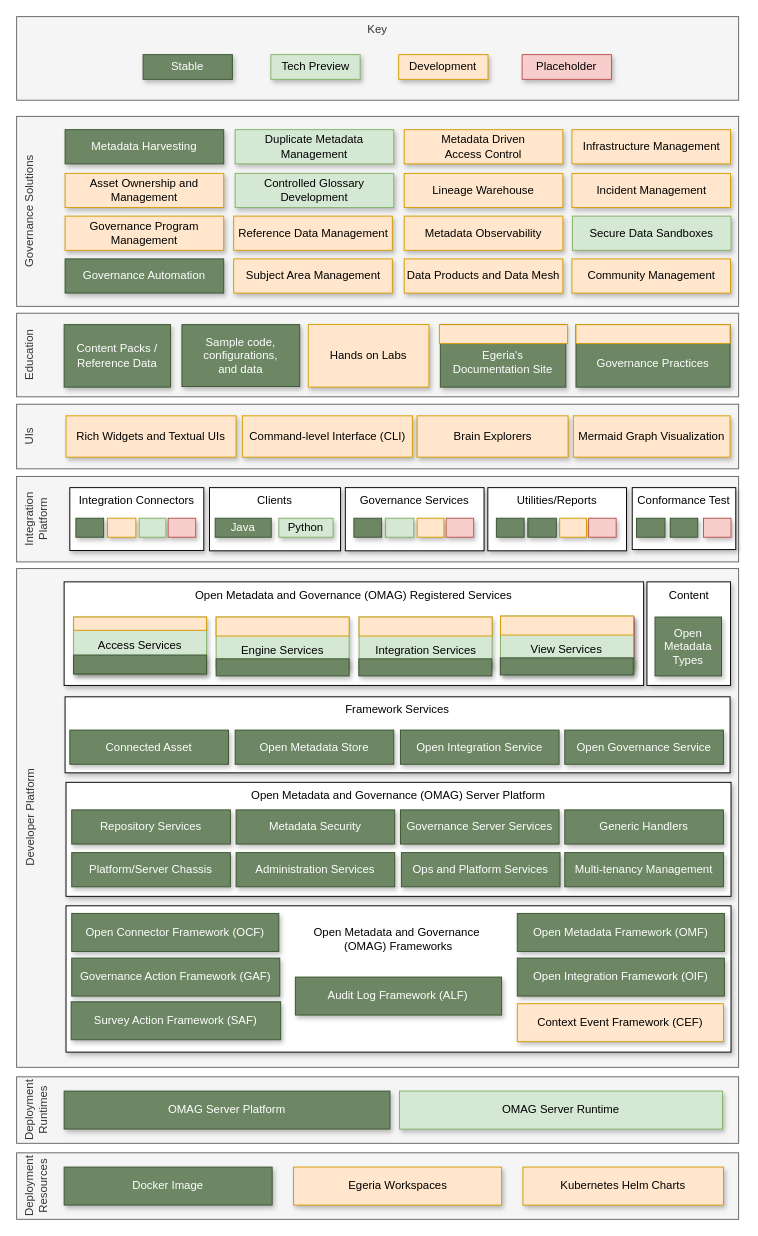
Before: page "release-5.2" (30 of 30) of site/docs/release-notes/egeria-status.drawio in odpi/egeria-docs, a draw.io diagram. Source tidied: cells renumbered, new cells numbered last; positions are measured from the earlier drawing's top-left corner, leaving out a move shared by most shapes. Both pictures are drawn from the tidied source at 95%, with x=0, y=0 at pixel (16, 16).
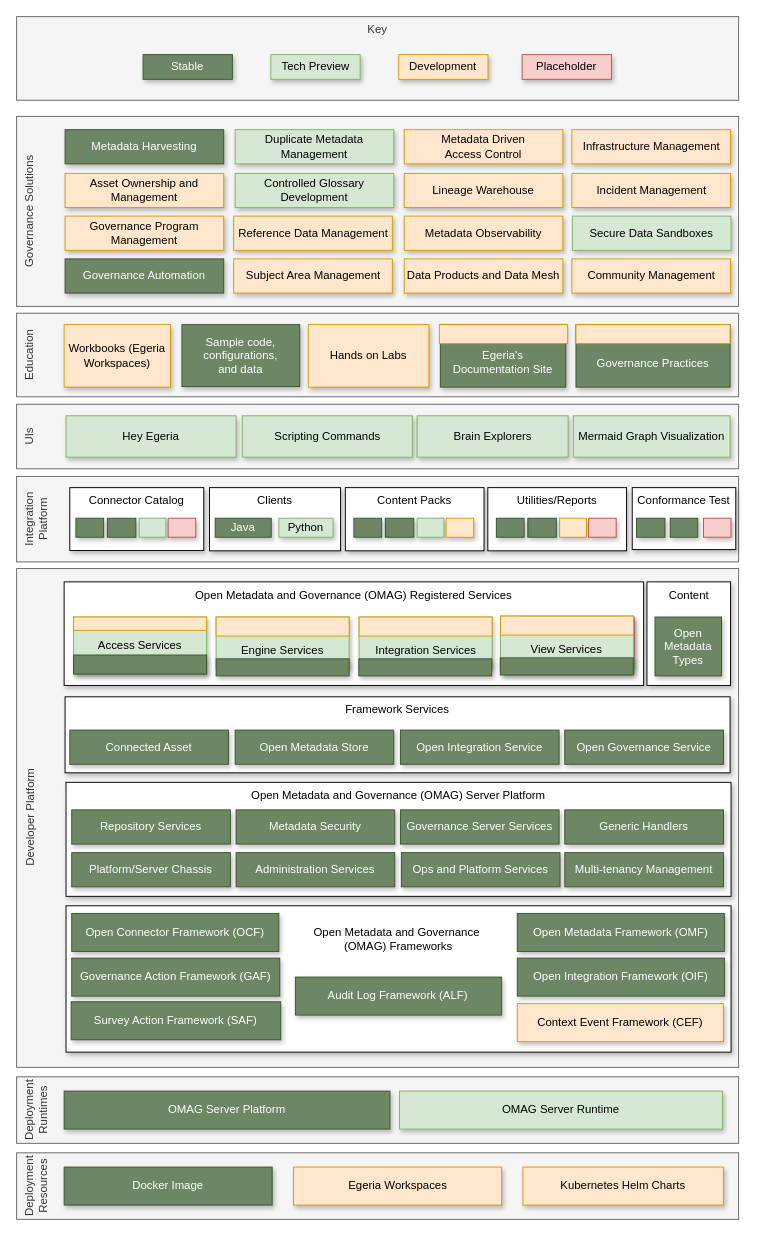
After the change.

Diff of the diagram source:
```diff
@@
-    <mxCell id="8" value="Brain Explorers" style="rounded=0;whiteSpace=wrap;html=1;align=center;verticalAlign=middle;shadow=1;fillColor=#ffe6cc;strokeColor=#d79b00;" parent="1" vertex="1">
+    <mxCell id="8" value="Brain Explorers" style="rounded=0;whiteSpace=wrap;html=1;align=center;verticalAlign=middle;shadow=1;fillColor=#d5e8d4;strokeColor=#82b366;" parent="1" vertex="1">
       <mxGeometry x="421.5" y="420.2" width="159" height="43.5" as="geometry" />
     </mxCell>
-    <mxCell id="9" value="Mermaid Graph Visualization" style="rounded=0;whiteSpace=wrap;html=1;align=center;verticalAlign=middle;shadow=1;fillColor=#ffe6cc;strokeColor=#d79b00;" parent="1" vertex="1">
+    <mxCell id="9" value="Mermaid Graph Visualization" style="rounded=0;whiteSpace=wrap;html=1;align=center;verticalAlign=middle;shadow=1;fillColor=#d5e8d4;strokeColor=#82b366;" parent="1" vertex="1">
       <mxGeometry x="586" y="420.2" width="165" height="43.5" as="geometry" />
     </mxCell>
@@
-    <mxCell id="14" value="Rich Widgets and Textual UIs" style="rounded=0;whiteSpace=wrap;html=1;align=center;verticalAlign=middle;shadow=1;fillColor=#ffe6cc;strokeColor=#d79b00;" parent="1" vertex="1">
+    <mxCell id="14" value="Hey Egeria" style="rounded=0;whiteSpace=wrap;html=1;align=center;verticalAlign=middle;shadow=1;fillColor=#d5e8d4;strokeColor=#82b366;" parent="1" vertex="1">
       <mxGeometry x="52" y="420.2" width="179" height="43.5" as="geometry" />
     </mxCell>
-    <mxCell id="15" value="Content Packs /&lt;div&gt;Reference Data&lt;/div&gt;" style="rounded=0;whiteSpace=wrap;html=1;align=center;flipH=0;shadow=1;fillColor=#6d8764;fontColor=#ffffff;strokeColor=#3A5431;" parent="1" vertex="1">
+    <mxCell id="15" value="Workbooks (Egeria Workspaces)" style="rounded=0;whiteSpace=wrap;html=1;align=center;flipH=0;shadow=1;fillColor=#ffe6cc;strokeColor=#d79b00;" parent="1" vertex="1">
       <mxGeometry x="50" y="324.2" width="112" height="65.8" as="geometry" />
     </mxCell>
@@
-    <mxCell id="17" value="Command-level Interface (CLI)" style="rounded=0;whiteSpace=wrap;html=1;align=center;verticalAlign=middle;shadow=1;fillColor=#ffe6cc;strokeColor=#d79b00;" parent="1" vertex="1">
+    <mxCell id="17" value="Scripting Commands" style="rounded=0;whiteSpace=wrap;html=1;align=center;verticalAlign=middle;shadow=1;fillColor=#d5e8d4;strokeColor=#82b366;" parent="1" vertex="1">
       <mxGeometry x="237.6" y="420.2" width="179" height="43.5" as="geometry" />
     </mxCell>
@@
-    <mxCell id="54" value="Integration Connectors" style="rounded=0;whiteSpace=wrap;html=1;align=center;verticalAlign=top;shadow=1;" parent="1" vertex="1">
+    <mxCell id="54" value="Connector Catalog" style="rounded=0;whiteSpace=wrap;html=1;align=center;verticalAlign=top;shadow=1;" parent="1" vertex="1">
       <mxGeometry x="56" y="495.8" width="141" height="66.2" as="geometry" />
     </mxCell>
-    <mxCell id="55" value="Governance Services" style="rounded=0;whiteSpace=wrap;html=1;align=center;verticalAlign=top;shadow=1;" parent="1" vertex="1">
+    <mxCell id="55" value="Content Packs" style="rounded=0;whiteSpace=wrap;html=1;align=center;verticalAlign=top;shadow=1;" parent="1" vertex="1">
       <mxGeometry x="346" y="495.8" width="146" height="66.5" as="geometry" />
     </mxCell>
@@
-    <mxCell id="57" style="rounded=0;whiteSpace=wrap;html=1;align=center;fillColor=#ffe6cc;strokeColor=#d79b00;shadow=1;" parent="1" vertex="1">
+    <mxCell id="57" style="rounded=0;whiteSpace=wrap;html=1;align=center;fillColor=#6d8764;strokeColor=#3A5431;shadow=1;fontColor=#ffffff;" parent="1" vertex="1">
       <mxGeometry x="95.5" y="528" width="30" height="20" as="geometry" />
     </mxCell>
@@
-    <mxCell id="71" style="rounded=0;whiteSpace=wrap;html=1;align=center;fillColor=#d5e8d4;strokeColor=#82b366;shadow=1;" parent="1" vertex="1">
+    <mxCell id="71" style="rounded=0;whiteSpace=wrap;html=1;align=center;fillColor=#6d8764;strokeColor=#3A5431;shadow=1;fontColor=#ffffff;" parent="1" vertex="1">
       <mxGeometry x="388.1" y="528" width="30" height="20" as="geometry" />
     </mxCell>
-    <mxCell id="72" style="rounded=0;whiteSpace=wrap;html=1;align=center;fillColor=#ffe6cc;strokeColor=#d79b00;shadow=1;" parent="1" vertex="1">
+    <mxCell id="72" style="rounded=0;whiteSpace=wrap;html=1;align=center;fillColor=#d5e8d4;strokeColor=#82b366;shadow=1;" parent="1" vertex="1">
       <mxGeometry x="421.6" y="528" width="28.2" height="20" as="geometry" />
     </mxCell>
@@
-    <mxCell id="74" style="rounded=0;whiteSpace=wrap;html=1;align=center;fillColor=#f8cecc;strokeColor=#b85450;shadow=1;" parent="1" vertex="1">
+    <mxCell id="74" style="rounded=0;whiteSpace=wrap;html=1;align=center;fillColor=#ffe6cc;strokeColor=#d79b00;shadow=1;" parent="1" vertex="1">
       <mxGeometry x="452.1" y="528" width="29" height="20" as="geometry" />
     </mxCell>
```
